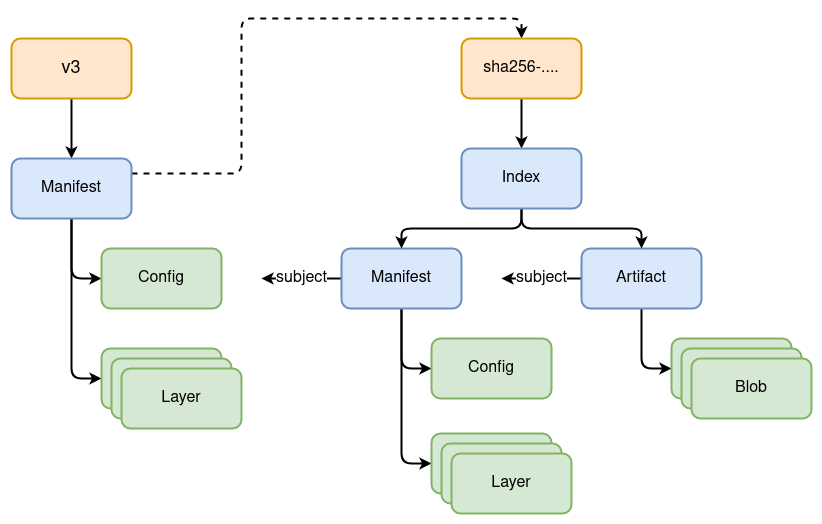
The draw.io diagram oci-referrers-2023/img/referrers-tag.png in sudo-bmitch/presentations, before a commit. Source tidied: cells renumbered, new cells last; positions are measured from the earlier drawing's top-left corner, leaving out a move shared by most shapes. Its diagram source:
```xml
<mxGraphModel>
  <root>
    <mxCell id="0" />
    <mxCell id="1" parent="0" />
    <mxCell id="2" style="edgeStyle=orthogonalEdgeStyle;rounded=1;jettySize=auto;html=1;fontFamily=Helvetica;fontSize=16;fontColor=default;strokeWidth=2;" parent="1" edge="1" source="3" target="7">
      <mxGeometry relative="1" as="geometry" />
    </mxCell>
    <mxCell id="3" value="&lt;font size=&quot;1&quot;&gt;&lt;span style=&quot;font-size: 18px;&quot;&gt;v3&lt;/span&gt;&lt;/font&gt;" style="rounded=1;whiteSpace=wrap;html=1;strokeWidth=2;fillColor=#ffe6cc;strokeColor=#d79b00;" parent="1" vertex="1">
      <mxGeometry y="20" width="120" height="60" as="geometry" />
    </mxCell>
    <mxCell id="4" style="edgeStyle=orthogonalEdgeStyle;shape=connector;rounded=1;jettySize=auto;html=1;exitX=0.5;exitY=1;exitDx=0;exitDy=0;entryX=0;entryY=0.5;entryDx=0;entryDy=0;labelBackgroundColor=default;strokeColor=default;strokeWidth=2;fontFamily=Helvetica;fontSize=16;fontColor=default;endArrow=classic;" parent="1" edge="1" source="7" target="8">
      <mxGeometry relative="1" as="geometry" />
    </mxCell>
    <mxCell id="5" style="edgeStyle=orthogonalEdgeStyle;shape=connector;rounded=1;jettySize=auto;html=1;exitX=0.5;exitY=1;exitDx=0;exitDy=0;entryX=0;entryY=0.5;entryDx=0;entryDy=0;labelBackgroundColor=default;strokeColor=default;strokeWidth=2;fontFamily=Helvetica;fontSize=16;fontColor=default;endArrow=classic;" parent="1" edge="1" source="7" target="9">
      <mxGeometry relative="1" as="geometry" />
    </mxCell>
    <mxCell id="6" style="edgeStyle=orthogonalEdgeStyle;shape=connector;rounded=1;jettySize=auto;html=1;exitX=1;exitY=0.25;exitDx=0;exitDy=0;labelBackgroundColor=default;strokeColor=default;strokeWidth=2;fontFamily=Helvetica;fontSize=16;fontColor=default;endArrow=classic;dashed=1;entryX=0.5;entryY=0;entryDx=0;entryDy=0;" parent="1" edge="1" source="7" target="27">
      <mxGeometry relative="1" as="geometry">
        <Array as="points">
          <mxPoint x="230" y="155" />
          <mxPoint x="230" />
          <mxPoint x="510" />
        </Array>
      </mxGeometry>
    </mxCell>
    <mxCell id="7" value="&lt;font style=&quot;font-size: 16px;&quot;&gt;Manifest&lt;/font&gt;" style="rounded=1;whiteSpace=wrap;html=1;strokeWidth=2;fillColor=#dae8fc;strokeColor=#6c8ebf;fontSize=16;" parent="1" vertex="1">
      <mxGeometry y="140" width="120" height="60" as="geometry" />
    </mxCell>
    <mxCell id="8" value="Config" style="rounded=1;whiteSpace=wrap;html=1;strokeWidth=2;fillColor=#d5e8d4;strokeColor=#82b366;fontSize=16;" parent="1" vertex="1">
      <mxGeometry x="90" y="230" width="120" height="60" as="geometry" />
    </mxCell>
    <mxCell id="9" value="&lt;div style=&quot;font-size: 16px;&quot;&gt;Layer&lt;/div&gt;" style="rounded=1;whiteSpace=wrap;html=1;strokeWidth=2;fillColor=#d5e8d4;strokeColor=#82b366;fontSize=16;" parent="1" vertex="1">
      <mxGeometry x="90" y="330" width="120" height="60" as="geometry" />
    </mxCell>
    <mxCell id="10" value="&lt;div style=&quot;font-size: 16px;&quot;&gt;Layer&lt;/div&gt;" style="rounded=1;whiteSpace=wrap;html=1;strokeWidth=2;fillColor=#d5e8d4;strokeColor=#82b366;fontSize=16;" parent="1" vertex="1">
      <mxGeometry x="100" y="340" width="120" height="60" as="geometry" />
    </mxCell>
    <mxCell id="11" value="&lt;div style=&quot;font-size: 16px;&quot;&gt;Layer&lt;/div&gt;" style="rounded=1;whiteSpace=wrap;html=1;strokeWidth=2;fillColor=#d5e8d4;strokeColor=#82b366;fontSize=16;" parent="1" vertex="1">
      <mxGeometry x="110" y="350" width="120" height="60" as="geometry" />
    </mxCell>
    <mxCell id="12" style="edgeStyle=orthogonalEdgeStyle;shape=connector;rounded=1;jettySize=auto;html=1;exitX=0.5;exitY=1;exitDx=0;exitDy=0;entryX=0;entryY=0.5;entryDx=0;entryDy=0;labelBackgroundColor=default;strokeColor=default;strokeWidth=2;fontFamily=Helvetica;fontSize=16;fontColor=default;endArrow=classic;" parent="1" edge="1" source="15" target="16">
      <mxGeometry relative="1" as="geometry" />
    </mxCell>
    <mxCell id="13" style="edgeStyle=orthogonalEdgeStyle;shape=connector;rounded=1;jettySize=auto;html=1;exitX=0.5;exitY=1;exitDx=0;exitDy=0;entryX=0;entryY=0.5;entryDx=0;entryDy=0;labelBackgroundColor=default;strokeColor=default;strokeWidth=2;fontFamily=Helvetica;fontSize=16;fontColor=default;endArrow=classic;" parent="1" edge="1" source="15" target="19">
      <mxGeometry relative="1" as="geometry" />
    </mxCell>
    <mxCell id="14" value="subject" style="edgeStyle=orthogonalEdgeStyle;shape=connector;rounded=1;jettySize=auto;html=1;exitX=0;exitY=0.5;exitDx=0;exitDy=0;labelBackgroundColor=default;strokeColor=default;strokeWidth=2;fontFamily=Helvetica;fontSize=16;fontColor=default;endArrow=classic;" parent="1" edge="1" source="15">
      <mxGeometry relative="1" as="geometry">
        <mxPoint x="250" y="260" as="targetPoint" />
      </mxGeometry>
    </mxCell>
    <mxCell id="15" value="Manifest" style="rounded=1;whiteSpace=wrap;html=1;strokeWidth=2;fillColor=#dae8fc;strokeColor=#6c8ebf;fontSize=16;" parent="1" vertex="1">
      <mxGeometry x="330" y="230" width="120" height="60" as="geometry" />
    </mxCell>
    <mxCell id="16" style="rounded=1;whiteSpace=wrap;html=1;strokeWidth=2;fillColor=#d5e8d4;strokeColor=#82b366;fontSize=16;" parent="1" vertex="1">
      <mxGeometry x="420" y="415" width="120" height="60" as="geometry" />
    </mxCell>
    <mxCell id="17" style="rounded=1;whiteSpace=wrap;html=1;strokeWidth=2;fillColor=#d5e8d4;strokeColor=#82b366;fontSize=16;" parent="1" vertex="1">
      <mxGeometry x="430" y="425" width="120" height="60" as="geometry" />
    </mxCell>
    <mxCell id="18" value="Layer" style="rounded=1;whiteSpace=wrap;html=1;strokeWidth=2;fillColor=#d5e8d4;strokeColor=#82b366;fontSize=16;" parent="1" vertex="1">
      <mxGeometry x="440" y="435" width="120" height="60" as="geometry" />
    </mxCell>
    <mxCell id="19" value="Config" style="rounded=1;whiteSpace=wrap;html=1;strokeWidth=2;fillColor=#d5e8d4;strokeColor=#82b366;fontSize=16;" parent="1" vertex="1">
      <mxGeometry x="420" y="320" width="120" height="60" as="geometry" />
    </mxCell>
    <mxCell id="20" style="edgeStyle=orthogonalEdgeStyle;shape=connector;rounded=1;jettySize=auto;html=1;exitX=0.5;exitY=1;exitDx=0;exitDy=0;entryX=0;entryY=0.5;entryDx=0;entryDy=0;labelBackgroundColor=default;strokeColor=default;strokeWidth=2;fontFamily=Helvetica;fontSize=16;fontColor=default;endArrow=classic;" parent="1" edge="1" source="22" target="23">
      <mxGeometry relative="1" as="geometry" />
    </mxCell>
    <mxCell id="21" value="subject" style="edgeStyle=orthogonalEdgeStyle;shape=connector;rounded=1;jettySize=auto;html=1;exitX=0;exitY=0.5;exitDx=0;exitDy=0;labelBackgroundColor=default;strokeColor=default;strokeWidth=2;fontFamily=Helvetica;fontSize=16;fontColor=default;endArrow=classic;" parent="1" edge="1" source="22">
      <mxGeometry relative="1" as="geometry">
        <mxPoint x="490" y="260" as="targetPoint" />
      </mxGeometry>
    </mxCell>
    <mxCell id="22" value="Artifact" style="rounded=1;whiteSpace=wrap;html=1;strokeWidth=2;fillColor=#dae8fc;strokeColor=#6c8ebf;fontSize=16;" parent="1" vertex="1">
      <mxGeometry x="570" y="230" width="120" height="60" as="geometry" />
    </mxCell>
    <mxCell id="23" value="Blob" style="rounded=1;whiteSpace=wrap;html=1;strokeWidth=2;fillColor=#d5e8d4;strokeColor=#82b366;fontSize=16;" parent="1" vertex="1">
      <mxGeometry x="660" y="320" width="120" height="60" as="geometry" />
    </mxCell>
    <mxCell id="24" value="Blob" style="rounded=1;whiteSpace=wrap;html=1;strokeWidth=2;fillColor=#d5e8d4;strokeColor=#82b366;fontSize=16;" parent="1" vertex="1">
      <mxGeometry x="670" y="330" width="120" height="60" as="geometry" />
    </mxCell>
    <mxCell id="25" value="Blob" style="rounded=1;whiteSpace=wrap;html=1;strokeWidth=2;fillColor=#d5e8d4;strokeColor=#82b366;fontSize=16;" parent="1" vertex="1">
      <mxGeometry x="680" y="340" width="120" height="60" as="geometry" />
    </mxCell>
    <mxCell id="26" style="edgeStyle=orthogonalEdgeStyle;shape=connector;rounded=1;jettySize=auto;html=1;exitX=0.5;exitY=1;exitDx=0;exitDy=0;entryX=0.5;entryY=0;entryDx=0;entryDy=0;labelBackgroundColor=default;strokeColor=default;strokeWidth=2;fontFamily=Helvetica;fontSize=16;fontColor=default;endArrow=classic;" parent="1" edge="1" source="27" target="30">
      <mxGeometry relative="1" as="geometry" />
    </mxCell>
    <mxCell id="27" value="sha256-...." style="rounded=1;whiteSpace=wrap;html=1;strokeWidth=2;fillColor=#ffe6cc;strokeColor=#d79b00;fontSize=16;" parent="1" vertex="1">
      <mxGeometry x="450" y="20" width="120" height="60" as="geometry" />
    </mxCell>
    <mxCell id="28" style="edgeStyle=orthogonalEdgeStyle;shape=connector;rounded=1;jettySize=auto;html=1;exitX=0.5;exitY=1;exitDx=0;exitDy=0;entryX=0.5;entryY=0;entryDx=0;entryDy=0;labelBackgroundColor=default;strokeColor=default;strokeWidth=2;fontFamily=Helvetica;fontSize=16;fontColor=default;endArrow=classic;" parent="1" edge="1" source="30" target="15">
      <mxGeometry relative="1" as="geometry" />
    </mxCell>
    <mxCell id="29" style="edgeStyle=orthogonalEdgeStyle;shape=connector;rounded=1;jettySize=auto;html=1;exitX=0.5;exitY=1;exitDx=0;exitDy=0;entryX=0.5;entryY=0;entryDx=0;entryDy=0;labelBackgroundColor=default;strokeColor=default;strokeWidth=2;fontFamily=Helvetica;fontSize=16;fontColor=default;endArrow=classic;" parent="1" edge="1" source="30" target="22">
      <mxGeometry relative="1" as="geometry" />
    </mxCell>
    <mxCell id="30" value="Index" style="rounded=1;whiteSpace=wrap;html=1;strokeWidth=2;fillColor=#dae8fc;strokeColor=#6c8ebf;fontSize=16;" parent="1" vertex="1">
      <mxGeometry x="450" y="130" width="120" height="60" as="geometry" />
    </mxCell>
  </root>
</mxGraphModel>
```
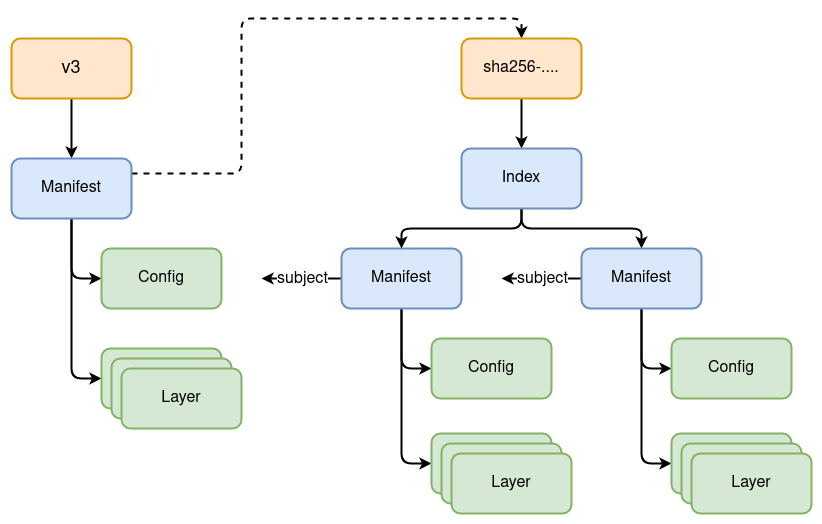
The same file after the commit.

Commit message:
OCI Referrers updates for OSSummit

Change to the diagram source:
```diff
@@ -64,26 +64,6 @@
     <mxCell id="19" value="Config" style="rounded=1;whiteSpace=wrap;html=1;strokeWidth=2;fillColor=#d5e8d4;strokeColor=#82b366;fontSize=16;" parent="1" vertex="1">
       <mxGeometry x="420" y="320" width="120" height="60" as="geometry" />
     </mxCell>
-    <mxCell id="20" style="edgeStyle=orthogonalEdgeStyle;shape=connector;rounded=1;jettySize=auto;html=1;exitX=0.5;exitY=1;exitDx=0;exitDy=0;entryX=0;entryY=0.5;entryDx=0;entryDy=0;labelBackgroundColor=default;strokeColor=default;strokeWidth=2;fontFamily=Helvetica;fontSize=16;fontColor=default;endArrow=classic;" parent="1" edge="1" source="22" target="23">
-      <mxGeometry relative="1" as="geometry" />
-    </mxCell>
-    <mxCell id="21" value="subject" style="edgeStyle=orthogonalEdgeStyle;shape=connector;rounded=1;jettySize=auto;html=1;exitX=0;exitY=0.5;exitDx=0;exitDy=0;labelBackgroundColor=default;strokeColor=default;strokeWidth=2;fontFamily=Helvetica;fontSize=16;fontColor=default;endArrow=classic;" parent="1" edge="1" source="22">
-      <mxGeometry relative="1" as="geometry">
-        <mxPoint x="490" y="260" as="targetPoint" />
-      </mxGeometry>
-    </mxCell>
-    <mxCell id="22" value="Artifact" style="rounded=1;whiteSpace=wrap;html=1;strokeWidth=2;fillColor=#dae8fc;strokeColor=#6c8ebf;fontSize=16;" parent="1" vertex="1">
-      <mxGeometry x="570" y="230" width="120" height="60" as="geometry" />
-    </mxCell>
-    <mxCell id="23" value="Blob" style="rounded=1;whiteSpace=wrap;html=1;strokeWidth=2;fillColor=#d5e8d4;strokeColor=#82b366;fontSize=16;" parent="1" vertex="1">
-      <mxGeometry x="660" y="320" width="120" height="60" as="geometry" />
-    </mxCell>
-    <mxCell id="24" value="Blob" style="rounded=1;whiteSpace=wrap;html=1;strokeWidth=2;fillColor=#d5e8d4;strokeColor=#82b366;fontSize=16;" parent="1" vertex="1">
-      <mxGeometry x="670" y="330" width="120" height="60" as="geometry" />
-    </mxCell>
-    <mxCell id="25" value="Blob" style="rounded=1;whiteSpace=wrap;html=1;strokeWidth=2;fillColor=#d5e8d4;strokeColor=#82b366;fontSize=16;" parent="1" vertex="1">
-      <mxGeometry x="680" y="340" width="120" height="60" as="geometry" />
-    </mxCell>
     <mxCell id="26" style="edgeStyle=orthogonalEdgeStyle;shape=connector;rounded=1;jettySize=auto;html=1;exitX=0.5;exitY=1;exitDx=0;exitDy=0;entryX=0.5;entryY=0;entryDx=0;entryDy=0;labelBackgroundColor=default;strokeColor=default;strokeWidth=2;fontFamily=Helvetica;fontSize=16;fontColor=default;endArrow=classic;" parent="1" edge="1" source="27" target="30">
       <mxGeometry relative="1" as="geometry" />
     </mxCell>
@@ -93,11 +73,37 @@
     <mxCell id="28" style="edgeStyle=orthogonalEdgeStyle;shape=connector;rounded=1;jettySize=auto;html=1;exitX=0.5;exitY=1;exitDx=0;exitDy=0;entryX=0.5;entryY=0;entryDx=0;entryDy=0;labelBackgroundColor=default;strokeColor=default;strokeWidth=2;fontFamily=Helvetica;fontSize=16;fontColor=default;endArrow=classic;" parent="1" edge="1" source="30" target="15">
       <mxGeometry relative="1" as="geometry" />
     </mxCell>
-    <mxCell id="29" style="edgeStyle=orthogonalEdgeStyle;shape=connector;rounded=1;jettySize=auto;html=1;exitX=0.5;exitY=1;exitDx=0;exitDy=0;entryX=0.5;entryY=0;entryDx=0;entryDy=0;labelBackgroundColor=default;strokeColor=default;strokeWidth=2;fontFamily=Helvetica;fontSize=16;fontColor=default;endArrow=classic;" parent="1" edge="1" source="30" target="22">
+    <mxCell id="29" style="edgeStyle=orthogonalEdgeStyle;shape=connector;rounded=1;jettySize=auto;html=1;exitX=0.5;exitY=1;exitDx=0;exitDy=0;entryX=0.5;entryY=0;entryDx=0;entryDy=0;labelBackgroundColor=default;strokeColor=default;strokeWidth=2;fontFamily=Helvetica;fontSize=16;fontColor=default;endArrow=classic;" parent="1" edge="1" source="30" target="33">
       <mxGeometry relative="1" as="geometry" />
     </mxCell>
     <mxCell id="30" value="Index" style="rounded=1;whiteSpace=wrap;html=1;strokeWidth=2;fillColor=#dae8fc;strokeColor=#6c8ebf;fontSize=16;" parent="1" vertex="1">
       <mxGeometry x="450" y="130" width="120" height="60" as="geometry" />
     </mxCell>
+    <mxCell id="31" style="edgeStyle=orthogonalEdgeStyle;shape=connector;rounded=1;jettySize=auto;html=1;exitX=0.5;exitY=1;exitDx=0;exitDy=0;entryX=0;entryY=0.5;entryDx=0;entryDy=0;labelBackgroundColor=default;strokeColor=default;strokeWidth=2;fontFamily=Helvetica;fontSize=16;fontColor=default;endArrow=classic;" parent="1" edge="1" source="33" target="34">
+      <mxGeometry relative="1" as="geometry" />
+    </mxCell>
+    <mxCell id="32" style="edgeStyle=orthogonalEdgeStyle;shape=connector;rounded=1;jettySize=auto;html=1;exitX=0.5;exitY=1;exitDx=0;exitDy=0;entryX=0;entryY=0.5;entryDx=0;entryDy=0;labelBackgroundColor=default;strokeColor=default;strokeWidth=2;fontFamily=Helvetica;fontSize=16;fontColor=default;endArrow=classic;" parent="1" edge="1" source="33" target="37">
+      <mxGeometry relative="1" as="geometry" />
+    </mxCell>
+    <mxCell id="21" value="subject" style="edgeStyle=orthogonalEdgeStyle;shape=connector;rounded=1;jettySize=auto;html=1;exitX=0;exitY=0.5;exitDx=0;exitDy=0;labelBackgroundColor=default;strokeColor=default;strokeWidth=2;fontFamily=Helvetica;fontSize=16;fontColor=default;endArrow=classic;" parent="1" edge="1" source="33">
+      <mxGeometry relative="1" as="geometry">
+        <mxPoint x="490" y="260" as="targetPoint" />
+      </mxGeometry>
+    </mxCell>
+    <mxCell id="33" value="Manifest" style="rounded=1;whiteSpace=wrap;html=1;strokeWidth=2;fillColor=#dae8fc;strokeColor=#6c8ebf;fontSize=16;" parent="1" vertex="1">
+      <mxGeometry x="570" y="230" width="120" height="60" as="geometry" />
+    </mxCell>
+    <mxCell id="34" style="rounded=1;whiteSpace=wrap;html=1;strokeWidth=2;fillColor=#d5e8d4;strokeColor=#82b366;fontSize=16;" parent="1" vertex="1">
+      <mxGeometry x="660" y="415" width="120" height="60" as="geometry" />
+    </mxCell>
+    <mxCell id="35" style="rounded=1;whiteSpace=wrap;html=1;strokeWidth=2;fillColor=#d5e8d4;strokeColor=#82b366;fontSize=16;" parent="1" vertex="1">
+      <mxGeometry x="670" y="425" width="120" height="60" as="geometry" />
+    </mxCell>
+    <mxCell id="36" value="Layer" style="rounded=1;whiteSpace=wrap;html=1;strokeWidth=2;fillColor=#d5e8d4;strokeColor=#82b366;fontSize=16;" parent="1" vertex="1">
+      <mxGeometry x="680" y="435" width="120" height="60" as="geometry" />
+    </mxCell>
+    <mxCell id="37" value="Config" style="rounded=1;whiteSpace=wrap;html=1;strokeWidth=2;fillColor=#d5e8d4;strokeColor=#82b366;fontSize=16;" parent="1" vertex="1">
+      <mxGeometry x="660" y="320" width="120" height="60" as="geometry" />
+    </mxCell>
   </root>
 </mxGraphModel>
```
